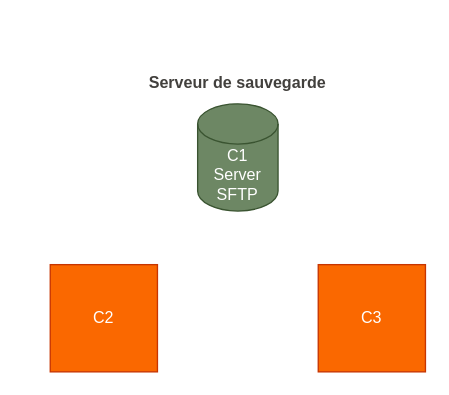
This is TPs/TP1/sync/schema.drawio from mahmoud-illourmane/rt-801, a draw.io file, before an edit. Source tidied: cells renumbered, new cells numbered last; positions are measured from the earlier drawing's top-left corner, leaving out a move shared by most shapes. Both pictures are drawn from the tidied source at 134%, with x=0, y=0 at pixel (50, 63).
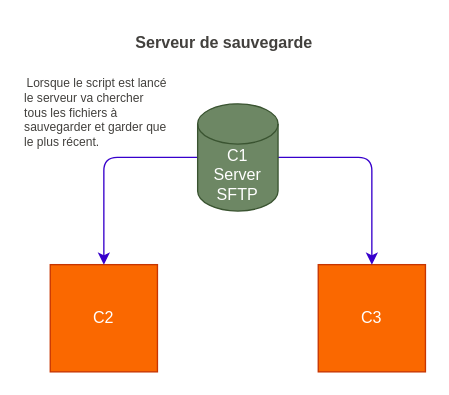
After the change.

Commit message (it also covers changes not shown here):
ajout de scripts pour la partie sync de fichiers

Diff of the diagram source:
```diff
@@
 <mxGraphModel background="#ffffff">
   <root>
     <mxCell id="0" />
     <mxCell id="1" parent="0" />
     <mxCell id="2" value="&lt;font color=&quot;#ffffff&quot;&gt;C2&lt;/font&gt;" style="whiteSpace=wrap;html=1;fillColor=#fa6800;strokeColor=#C73500;fontColor=#000000;" parent="1" vertex="1">
       <mxGeometry y="150" width="80" height="80" as="geometry" />
     </mxCell>
     <mxCell id="3" value="&lt;font color=&quot;#ffffff&quot;&gt;C3&lt;/font&gt;" style="whiteSpace=wrap;html=1;fillColor=#fa6800;strokeColor=#C73500;fontColor=#000000;" parent="1" vertex="1">
       <mxGeometry x="200" y="150" width="80" height="80" as="geometry" />
     </mxCell>
+    <mxCell id="6" style="edgeStyle=none;html=1;entryX=0.5;entryY=0;entryDx=0;entryDy=0;fillColor=#6a00ff;strokeColor=#3700CC;" parent="1" edge="1" source="4" target="3">
+      <mxGeometry relative="1" as="geometry">
+        <Array as="points">
+          <mxPoint x="240" y="70" />
+        </Array>
+      </mxGeometry>
+    </mxCell>
+    <mxCell id="7" style="edgeStyle=none;html=1;entryX=0.5;entryY=0;entryDx=0;entryDy=0;fillColor=#6a00ff;strokeColor=#3700CC;" parent="1" edge="1" source="4" target="2">
+      <mxGeometry relative="1" as="geometry">
+        <Array as="points">
+          <mxPoint x="40" y="70" />
+        </Array>
+      </mxGeometry>
+    </mxCell>
     <mxCell id="4" value="C1&lt;br&gt;Server&lt;br&gt;SFTP" style="shape=cylinder3;whiteSpace=wrap;html=1;boundedLbl=1;backgroundOutline=1;size=15;strokeColor=#3A5431;fontColor=#ffffff;fillColor=#6d8764;" parent="1" vertex="1">
       <mxGeometry x="110" y="30" width="60" height="80" as="geometry" />
     </mxCell>
     <mxCell id="5" value="&lt;font color=&quot;#42403d&quot;&gt;&lt;b&gt;Serveur de sauvegarde&lt;/b&gt;&lt;/font&gt;" style="text;html=1;strokeColor=none;fillColor=none;align=center;verticalAlign=middle;whiteSpace=wrap;rounded=0;fontColor=#FFFFFF;" parent="1" vertex="1">
-      <mxGeometry x="70" width="140" height="30" as="geometry" />
+      <mxGeometry x="60" y="-30" width="140" height="30" as="geometry" />
     </mxCell>
+    <mxCell id="8" value="&lt;font style=&quot;font-size: 9px;&quot; color=&quot;#42403d&quot;&gt;Lorsque le script est lancé&lt;br&gt;&lt;div style=&quot;text-align: left;&quot;&gt;&lt;span style=&quot;background-color: initial;&quot;&gt;le serveur va chercher tous les fichiers à sauvegarder et garder que le plus récent.&lt;/span&gt;&lt;/div&gt;&lt;/font&gt;" style="text;html=1;strokeColor=none;fillColor=none;align=center;verticalAlign=middle;whiteSpace=wrap;rounded=0;" parent="1" vertex="1">
+      <mxGeometry x="-20" width="110" height="70" as="geometry" />
+    </mxCell>
   </root>
 </mxGraphModel>
```
